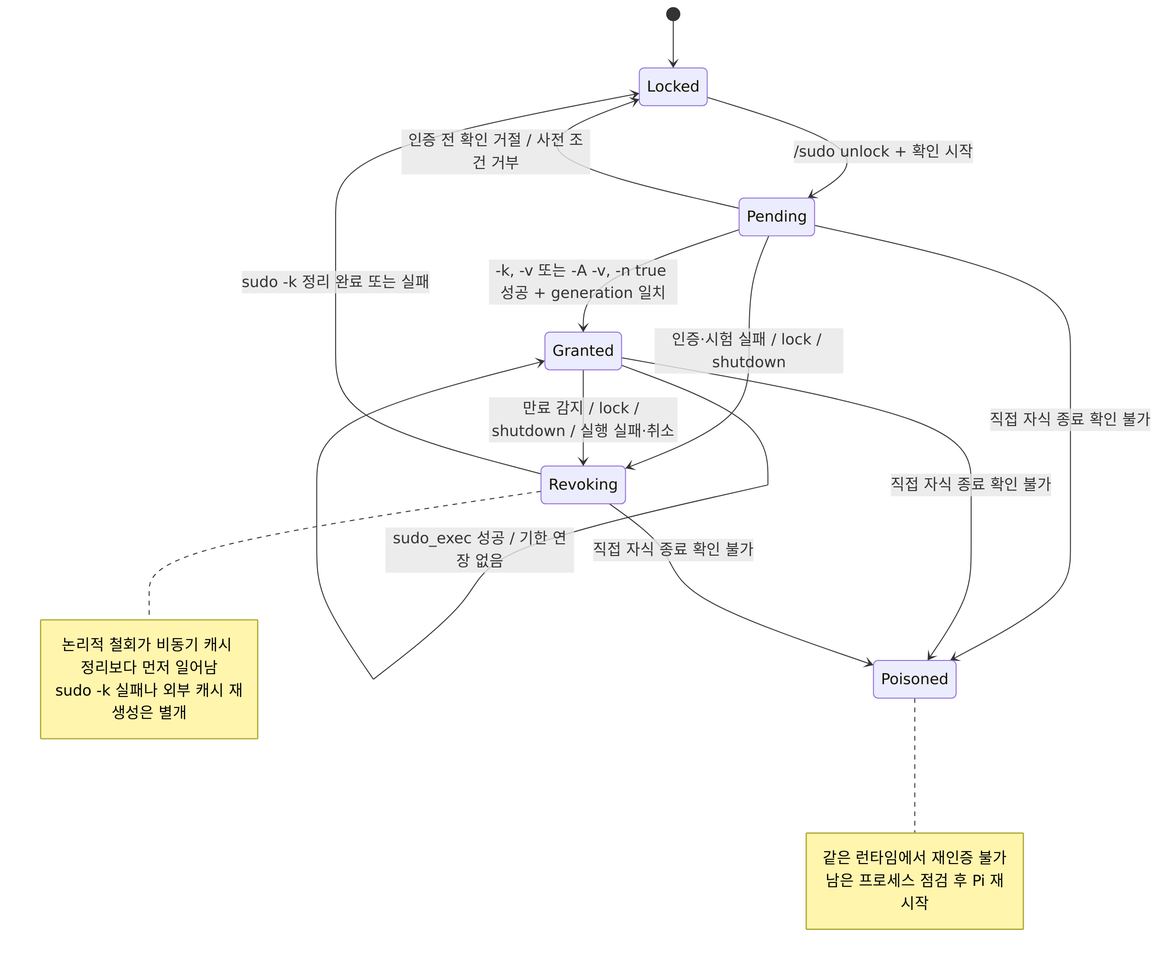
Earlier version of the Mermaid export docs/diagram/grant-lifecycle.png (spi-ca/pi-sudo). Its source is kept beside it as docs/diagram/grant-lifecycle.mmd.
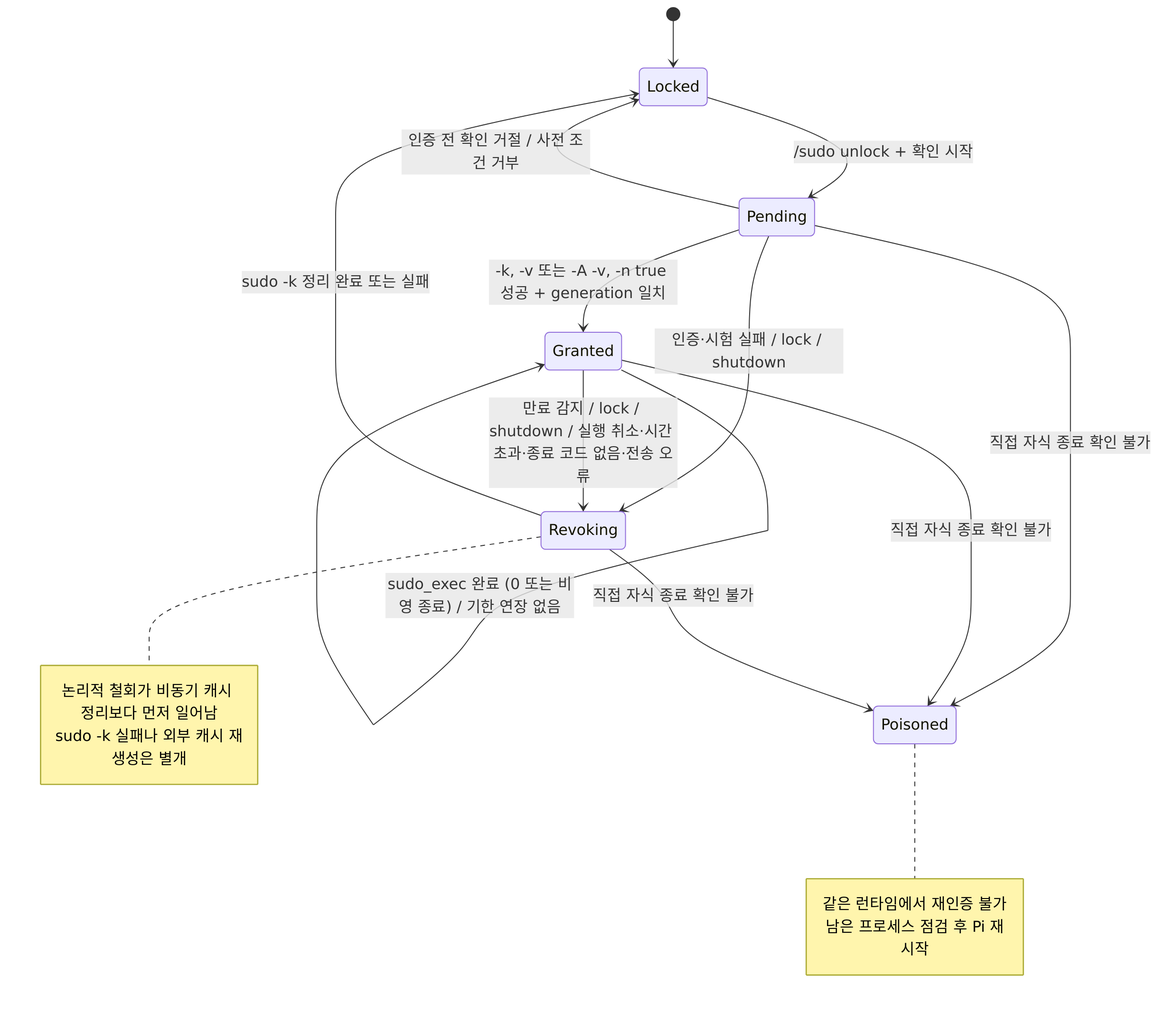
After the commit.

Diff of the diagram source:
```diff
@@ -4,8 +4,8 @@
     Pending --> Locked: 인증 전 확인 거절 / 사전 조건 거부
     Pending --> Revoking: 인증·시험 실패 / lock / shutdown
     Pending --> Granted: -k, -v 또는 -A -v, -n true 성공 + generation 일치
-    Granted --> Granted: sudo_exec 성공 / 기한 연장 없음
-    Granted --> Revoking: 만료 감지 / lock / shutdown / 실행 실패·취소
+    Granted --> Granted: sudo_exec 완료 (0 또는 비영 종료) / 기한 연장 없음
+    Granted --> Revoking: 만료 감지 / lock / shutdown / 실행 취소·시간 초과·종료 코드 없음·전송 오류
     Revoking --> Locked: sudo -k 정리 완료 또는 실패
     Pending --> Poisoned: 직접 자식 종료 확인 불가
     Granted --> Poisoned: 직접 자식 종료 확인 불가
```
